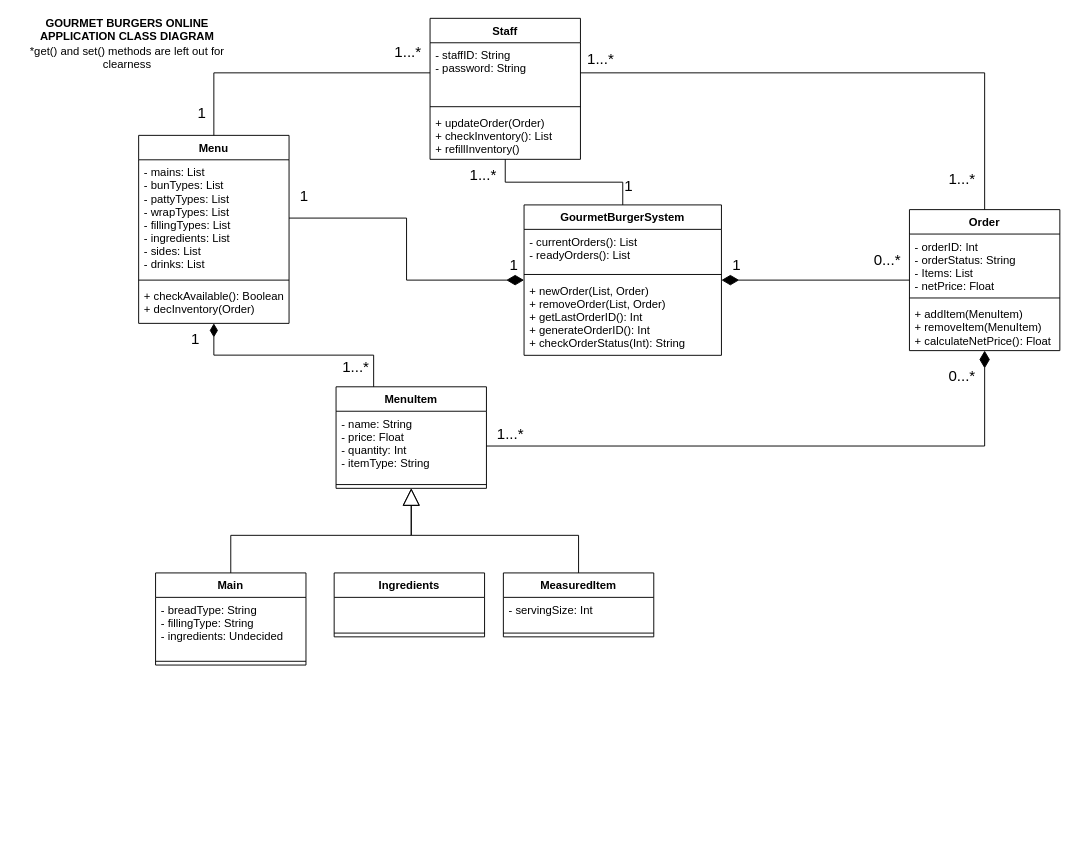
Above: docs/GourmetBurgersClassDiagram.drawio in houdeanie/c1531-Burger-site (draw.io), before the change. Source tidied: cells renumbered, new cells numbered last; positions are measured from the earlier drawing's top-left corner, leaving out a move shared by most shapes. Both pictures are drawn from the tidied source at 94%, with x=0, y=0 at pixel (16, 18).
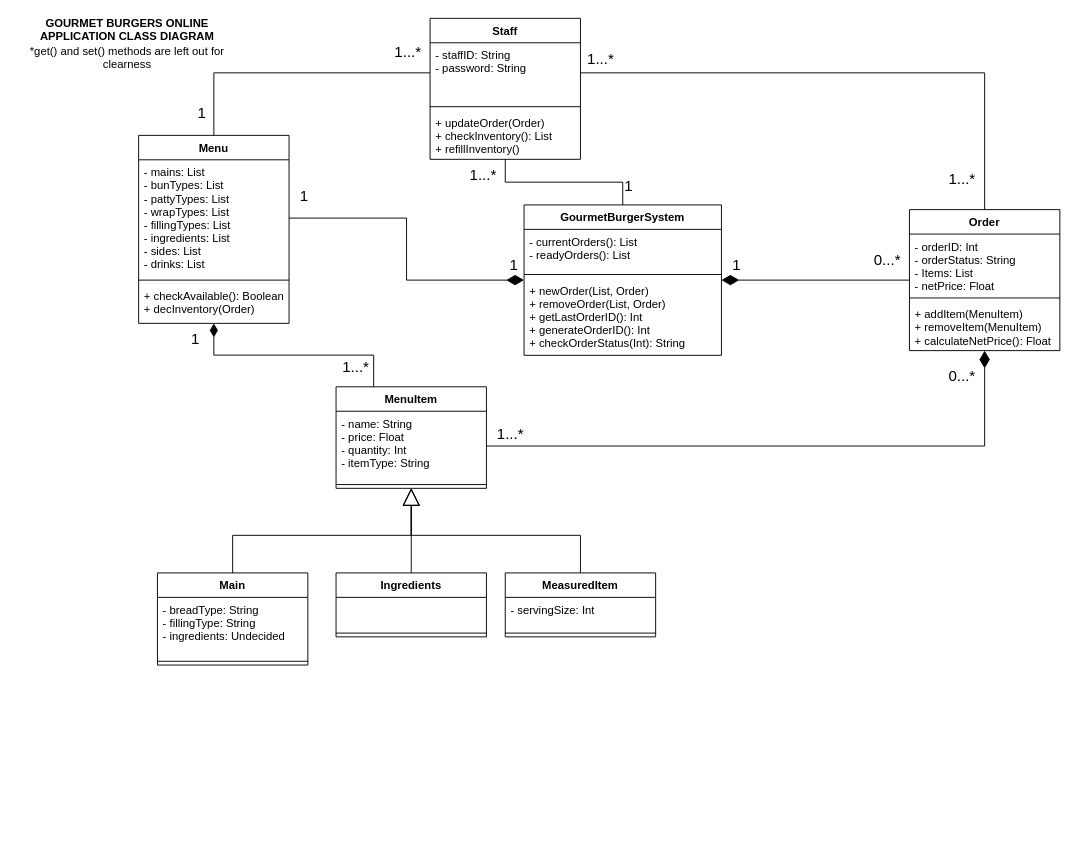
After the change.

The change refers to these unchanged cells:
```xml
<mxCell id="15" value="MenuItem" style="swimlane;fontStyle=1;align=center;verticalAlign=top;horizontal=1;startSize=26;" parent="1" vertex="1">
  <mxGeometry x="340" y="392" width="160" height="108" as="geometry" />
</mxCell>
<mxCell id="44" value="Main" style="swimlane;fontStyle=1;align=center;verticalAlign=top;horizontal=1;startSize=26;" parent="43" vertex="1">
  <mxGeometry x="90" y="75" width="160" height="98" as="geometry" />
</mxCell>
<mxCell id="47" value="MeasuredItem" style="swimlane;fontStyle=1;align=center;verticalAlign=top;horizontal=1;startSize=26;" parent="43" vertex="1">
  <mxGeometry x="460" y="75" width="160" height="68" as="geometry" />
</mxCell>
<mxCell id="50" value="Ingredients" style="swimlane;fontStyle=1;align=center;verticalAlign=top;horizontal=1;startSize=26;" parent="43" vertex="1">
  <mxGeometry x="280" y="75" width="160" height="68" as="geometry" />
</mxCell>
```

Diff of the diagram source:
```diff
@@
     <mxCell id="43" style="group;" parent="1" vertex="1">
-      <mxGeometry x="58" y="515" width="724" height="372" as="geometry" />
+      <mxGeometry x="60" y="515" width="724" height="372" as="geometry" />
     </mxCell>
@@
-    <mxCell id="53" style="edgeStyle=orthogonalEdgeStyle;rounded=0;jettySize=auto;html=1;exitX=0.5;exitY=0;exitDx=0;exitDy=0;startArrow=none;startFill=0;endArrow=block;endFill=0;endSize=16;strokeWidth=1;" parent="1" edge="1" source="44" target="15">
+    <mxCell id="53" style="edgeStyle=orthogonalEdgeStyle;rounded=0;jettySize=auto;html=1;exitX=0.5;exitY=0;exitDx=0;exitDy=0;endArrow=block;endFill=0;endSize=16;" parent="1" edge="1" source="44" target="15">
       <mxGeometry relative="1" as="geometry" />
     </mxCell>
-    <mxCell id="54" style="edgeStyle=orthogonalEdgeStyle;rounded=0;jettySize=auto;html=1;exitX=0.5;exitY=0;exitDx=0;exitDy=0;startArrow=none;startFill=0;endArrow=block;endFill=0;endSize=16;strokeWidth=1;" parent="1" edge="1" source="47" target="15">
+    <mxCell id="54" style="edgeStyle=orthogonalEdgeStyle;rounded=0;jettySize=auto;html=1;exitX=0.5;exitY=0;exitDx=0;exitDy=0;endArrow=block;endFill=0;endSize=16;" parent="1" edge="1" source="47" target="15">
       <mxGeometry relative="1" as="geometry" />
     </mxCell>
+    <mxCell id="55" style="edgeStyle=orthogonalEdgeStyle;rounded=0;jettySize=auto;html=1;exitX=0.5;exitY=0;exitDx=0;exitDy=0;endArrow=block;endFill=0;startSize=16;endSize=16;jumpStyle=none;targetPerimeterSpacing=0;" parent="1" edge="1" source="50" target="15">
+      <mxGeometry relative="1" as="geometry" />
+    </mxCell>
```
